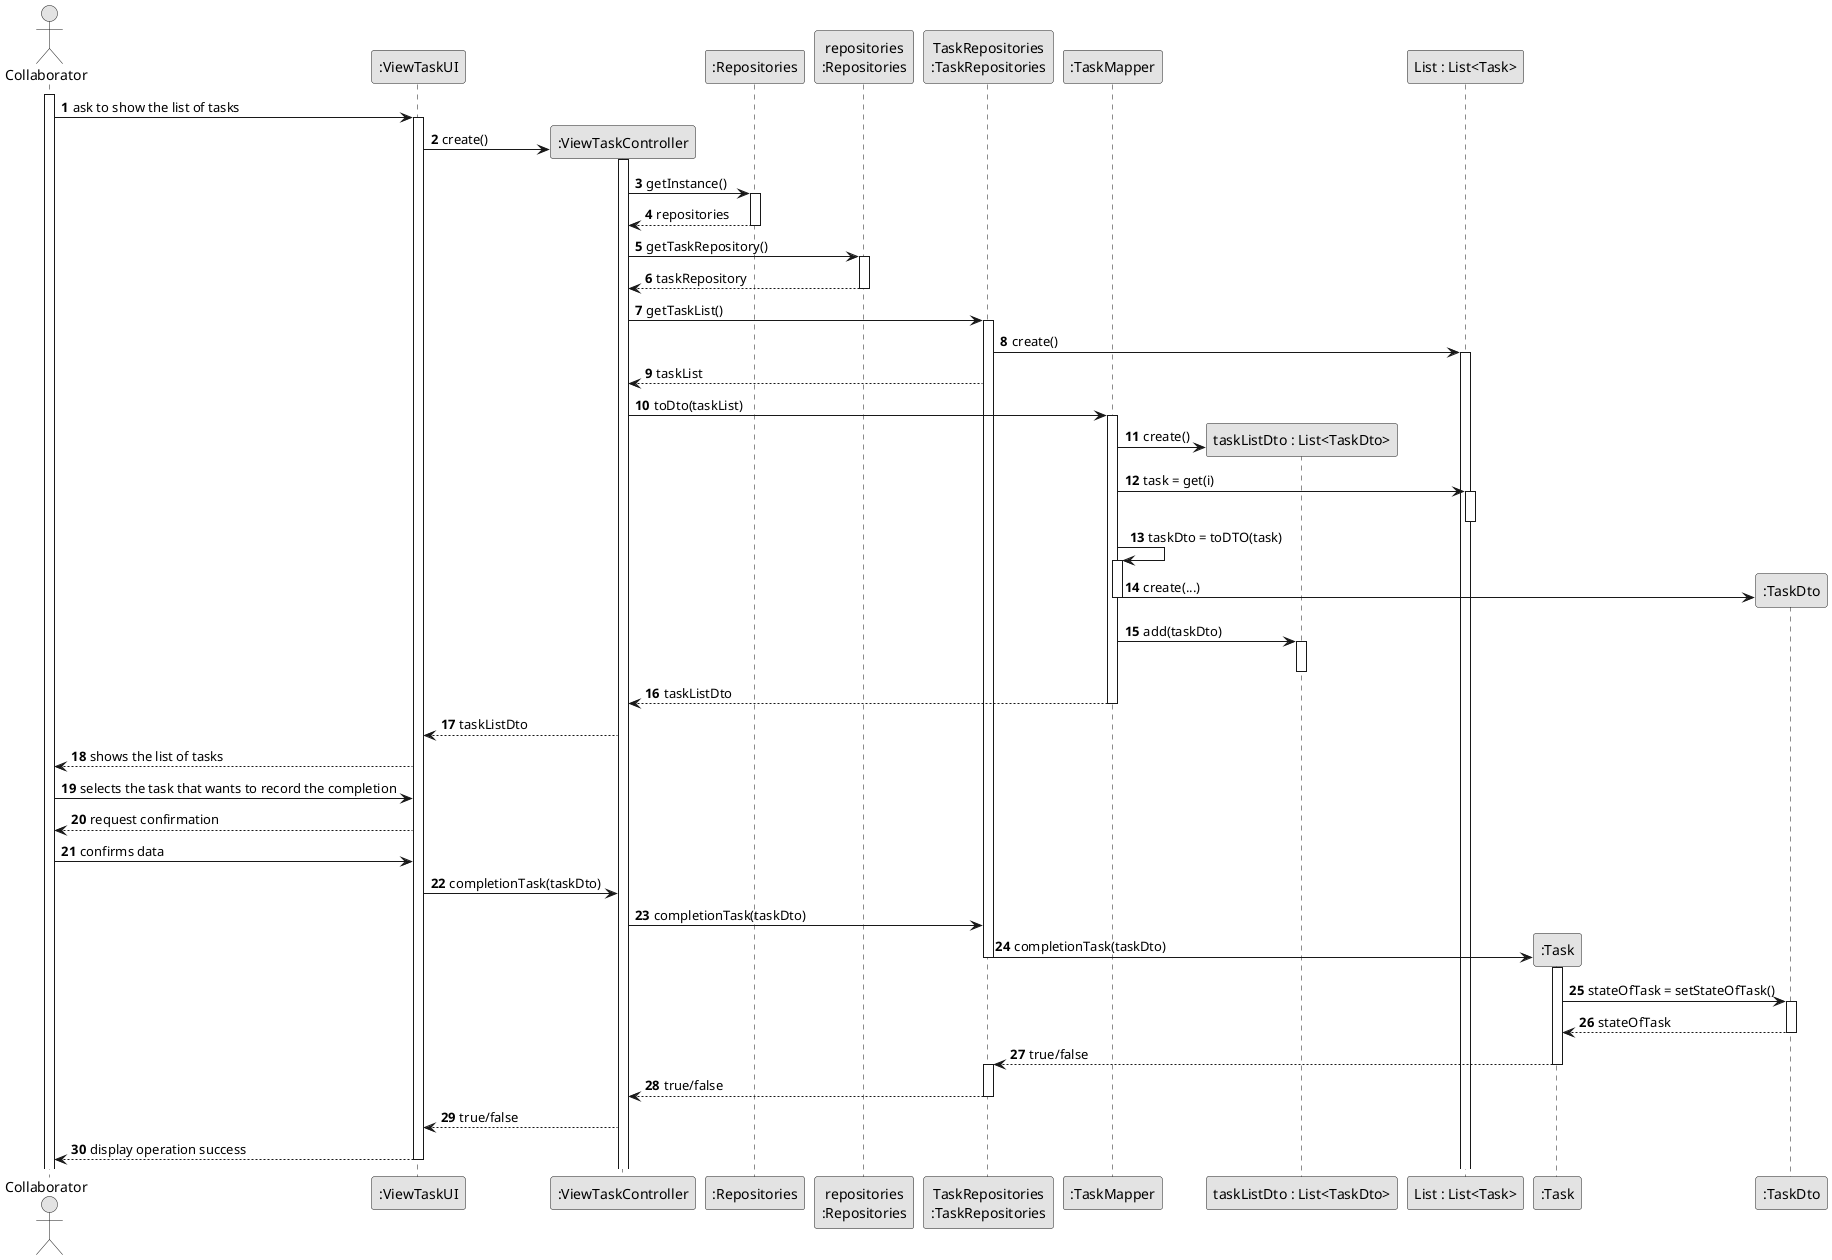
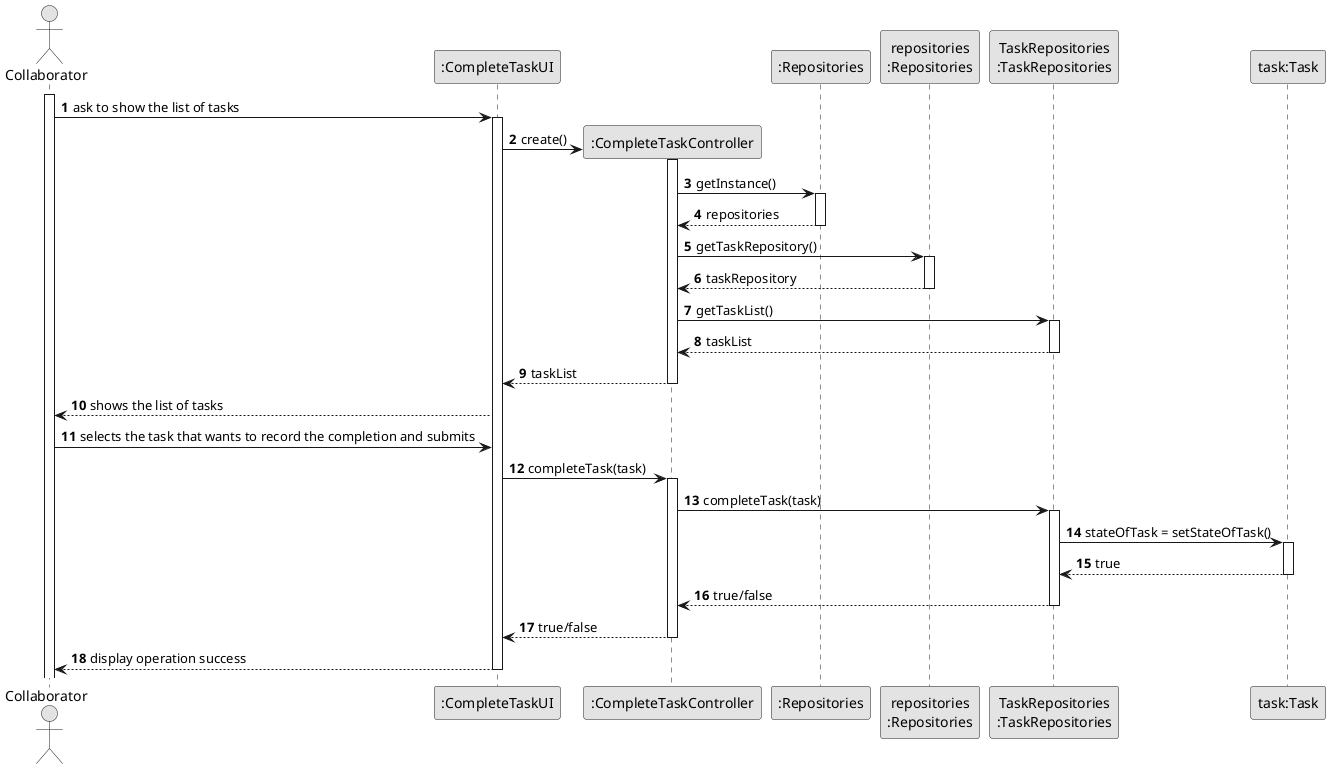
@startuml
skinparam monochrome true
skinparam packageStyle rectangle
skinparam shadowing false

autonumber

'hide footbox
actor "Collaborator" as Collaborator
- participant ":ViewTaskUI" as UI
- participant ":ViewTaskController" as CTRL
+ participant ":CompleteTaskUI" as UI
+ participant ":CompleteTaskController" as CTRL
participant ":Repositories" as RepositorySingleton
participant "repositories\n:Repositories" as PLAT
participant "TaskRepositories\n:TaskRepositories" as TaskRepositories
- participant ":TaskMapper" as MAPPER
+ /' participant ":TaskMapper" as MAPPER
participant "taskListDto : List<TaskDto>" as ListDTO
participant "List : List<Task>" as List
- participant ":Task" as OBJ
- participant ":TaskDto" as DTO
+ participant ":TaskDto" as DTO'/
+ participant "task:Task" as OBJ


activate Collaborator

Collaborator -> UI: ask to show the list of tasks
activate UI

UI -> CTRL**: create()
activate CTRL

CTRL -> RepositorySingleton: getInstance()
activate RepositorySingleton

RepositorySingleton --> CTRL: repositories
deactivate RepositorySingleton

CTRL -> PLAT: getTaskRepository()
activate PLAT

PLAT --> CTRL: taskRepository
deactivate PLAT

CTRL -> TaskRepositories: getTaskList()
activate TaskRepositories

- TaskRepositories -> List: create()
- activate List
+ TaskRepositories --> CTRL: taskList
+ deactivate TaskRepositories

- TaskRepositories --> CTRL: taskList
- 
- 
- 
- CTRL -> MAPPER: toDto(taskList)
- activate MAPPER
- 
- MAPPER -> ListDTO** : create()
- 
- MAPPER -> List : task = get(i)
- activate List
- deactivate List
- 
- MAPPER -> MAPPER : taskDto = toDTO(task)
- activate MAPPER
- 
- MAPPER -> DTO**  : create(...)
- deactivate MAPPER
- 
- MAPPER -> ListDTO : add(taskDto)
- activate ListDTO
- deactivate ListDTO
- 
- MAPPER --> CTRL : taskListDto
- deactivate MAPPER
- 
- CTRL --> UI: taskListDto
+ CTRL --> UI: taskList
+ deactivate CTRL

UI --> Collaborator: shows the list of tasks

- Collaborator -> UI: selects the task that wants to record the completion
+ Collaborator -> UI: selects the task that wants to record the completion and submits

- UI --> Collaborator: request confirmation
+ UI -> CTRL: completeTask(task)
+ activate CTRL

- Collaborator -> UI: confirms data
+ CTRL -> TaskRepositories: completeTask(task)
+ activate TaskRepositories

- UI -> CTRL: completionTask(taskDto)
- 
- CTRL -> TaskRepositories: completionTask(taskDto)
- 
- TaskRepositories -> OBJ**: completionTask(taskDto)
- deactivate TaskRepositories
+ TaskRepositories -> OBJ: stateOfTask = setStateOfTask()
activate OBJ

- OBJ -> DTO: stateOfTask = setStateOfTask()
- activate DTO
- 
- DTO --> OBJ: stateOfTask
- deactivate DTO
- 
- OBJ --> TaskRepositories: true/false
+ OBJ --> TaskRepositories: true
deactivate OBJ
- activate TaskRepositories

TaskRepositories --> CTRL: true/false
deactivate TaskRepositories

CTRL --> UI: true/false
+ deactivate CTRL

UI --> Collaborator: display operation success
deactivate UI




@enduml